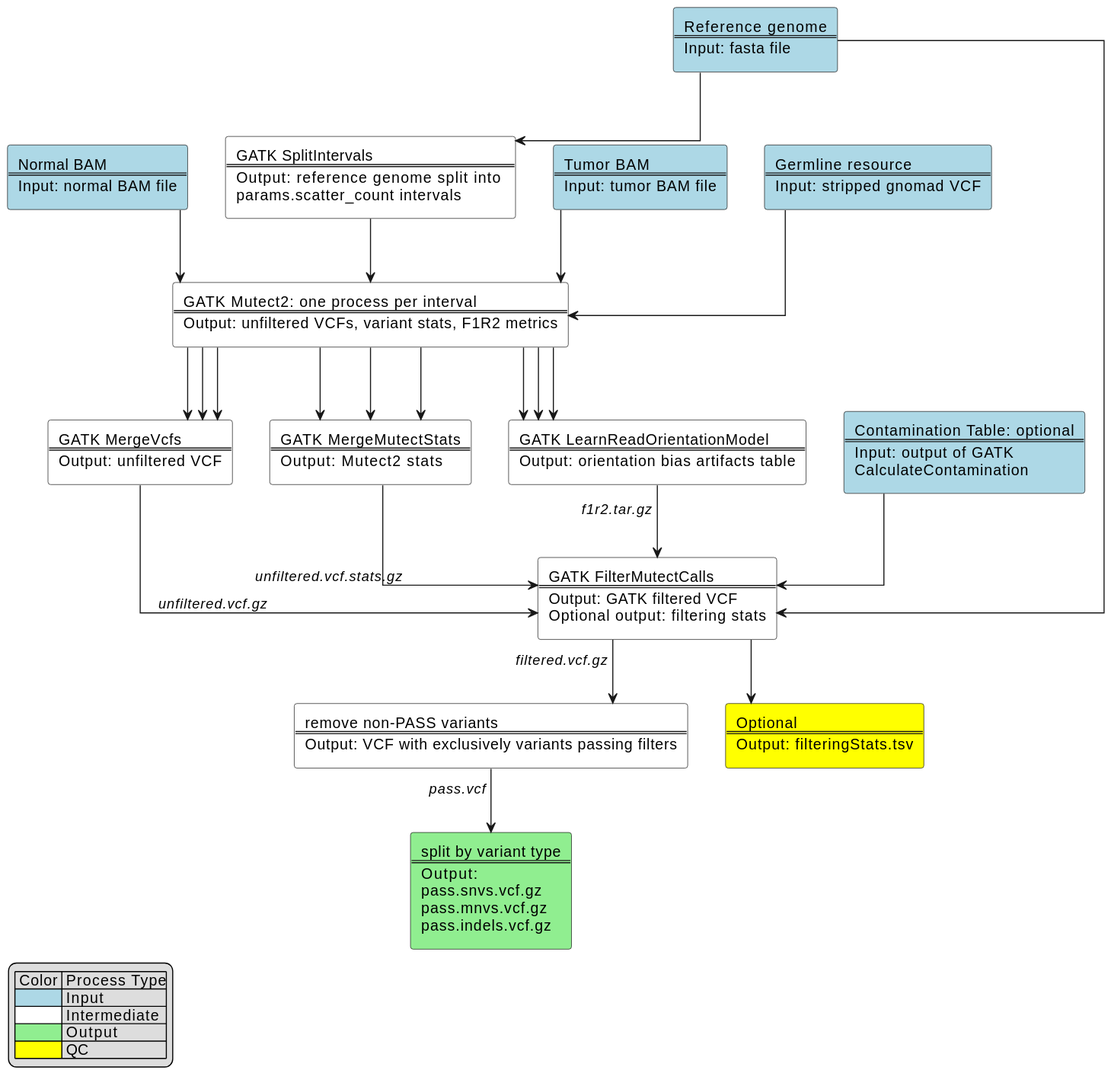
Before: docs/mutect2_chart.svg, a diagram exported from PlantUML (uclahs-cds/pipeline-call-sSNV).
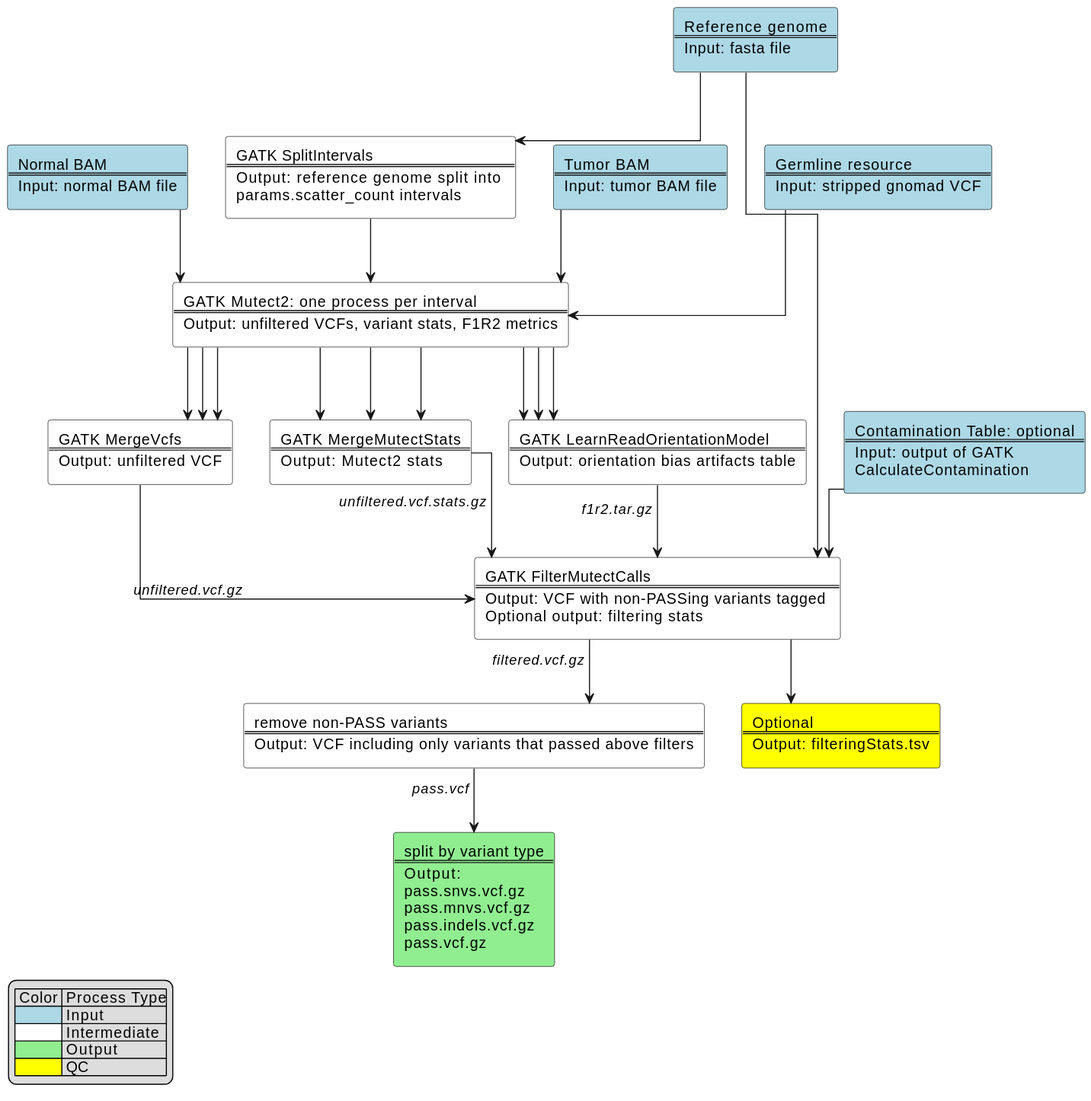
After the commit.

The edit, as a diff of the source:
```diff
@@ -20,9 +20,9 @@
 $intermediate_process(gatk_mergeVcfs, 'GATK MergeVcfs', 'Output: unfiltered VCF')
 $intermediate_process(mutect2_mergeStats, 'GATK MergeMutectStats', 'Output: Mutect2 stats')
 $intermediate_process(gatk_learnReadOrientation, 'GATK LearnReadOrientationModel', 'Output: orientation bias artifacts table')
-$intermediate_process(mutect2_filterCalls, 'GATK FilterMutectCalls', 'Output: GATK filtered VCF %newline()Optional output: filtering stats')
-$intermediate_process(awk_filterVCF, 'remove non-PASS variants', 'Output: VCF with exclusively variants passing filters')
-$output_process(bcftools_splitVCF, 'split by variant type', 'Output: %newline()pass.snvs.vcf.gz %newline()pass.mnvs.vcf.gz %newline()pass.indels.vcf.gz')
+$intermediate_process(mutect2_filterCalls, 'GATK FilterMutectCalls', 'Output: VCF with non-PASSing variants tagged %newline()Optional output: filtering stats')
+$intermediate_process(awk_filterVCF, 'remove non-PASS variants', 'Output: VCF including only variants that passed above filters')
+$output_process(bcftools_splitVCF, 'split by variant type', 'Output: %newline()pass.snvs.vcf.gz %newline()pass.mnvs.vcf.gz %newline()pass.indels.vcf.gz %newline()pass.vcf.gz')
 $qc_process(gatk_filteringStats, 'Optional', 'Output: filteringStats.tsv')
 
 reference_genome -d-> gatk_splitIntervals
```
